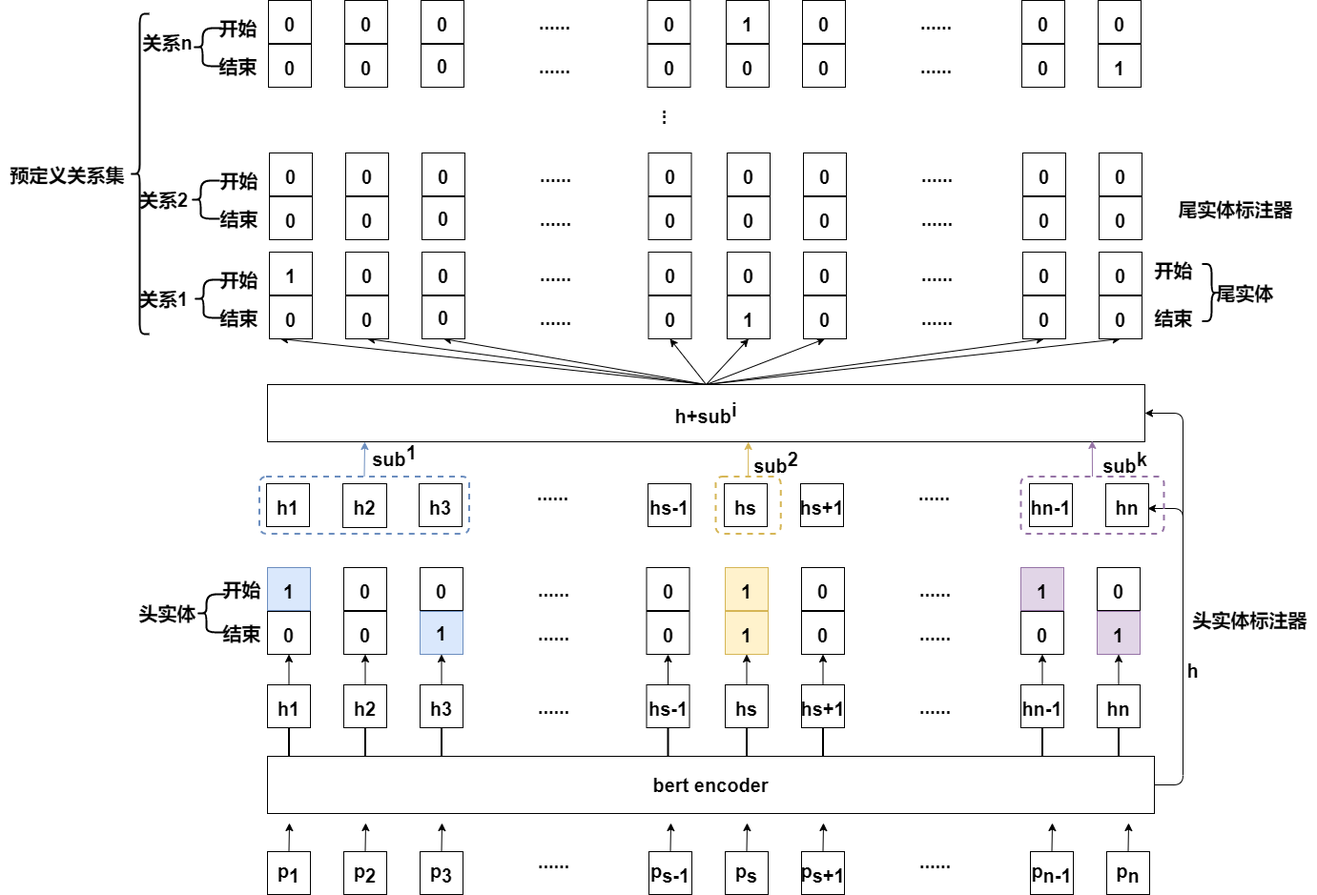
Above: 分层序列标注流程图.png in bigbigkid/begin_one (draw.io), before the change. Source tidied: cells renumbered, new cells last; positions are measured from the earlier drawing's top-left corner, leaving out a move shared by most shapes.
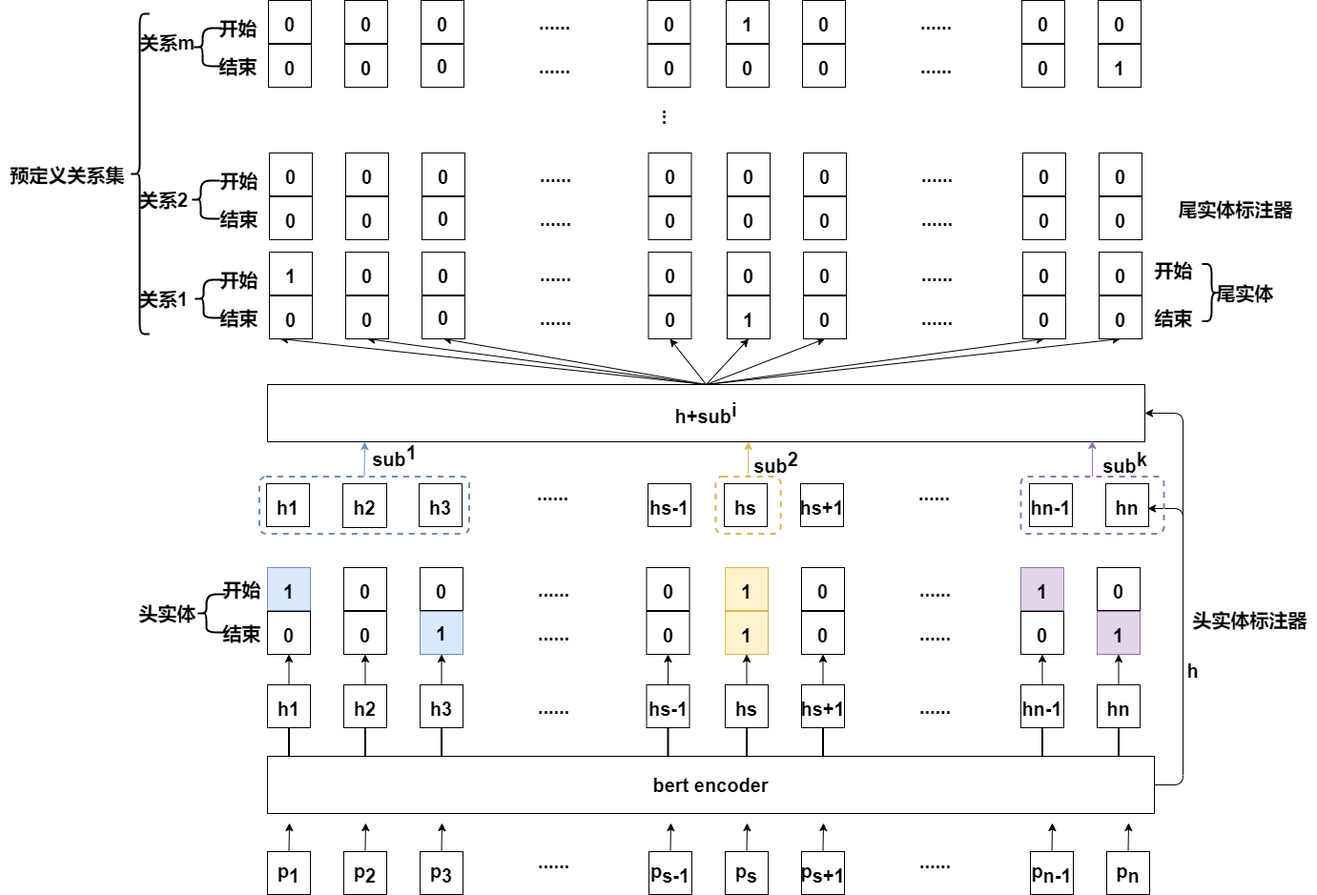
After the change.

Commit message:
Update 分层序列标注流程图.png

What changed in the source:
```diff
@@ -547,7 +547,7 @@
     <mxCell id="173" value="结束" style="text;html=1;align=center;verticalAlign=middle;fontSize=20;fontStyle=1;" parent="1" vertex="1">
       <mxGeometry x="219" y="53.5" width="60" height="30" as="geometry" />
     </mxCell>
-    <mxCell id="174" value="关系n" style="text;html=1;align=center;verticalAlign=middle;strokeWidth=1;fontSize=20;fontStyle=1;" parent="1" vertex="1">
+    <mxCell id="174" value="关系m" style="text;html=1;align=center;verticalAlign=middle;strokeWidth=1;fontSize=20;fontStyle=1;" parent="1" vertex="1">
       <mxGeometry x="140" y="29" width="70" height="30" as="geometry" />
     </mxCell>
     <mxCell id="175" value="&lt;font style=&quot;font-size: 20px;&quot;&gt;...&lt;/font&gt;" style="text;strokeColor=none;fillColor=none;html=1;fontSize=20;fontStyle=1;verticalAlign=middle;align=center;rounded=1;shadow=0;glass=0;dashed=1;sketch=0;rotation=270;" parent="1" vertex="1">
```
